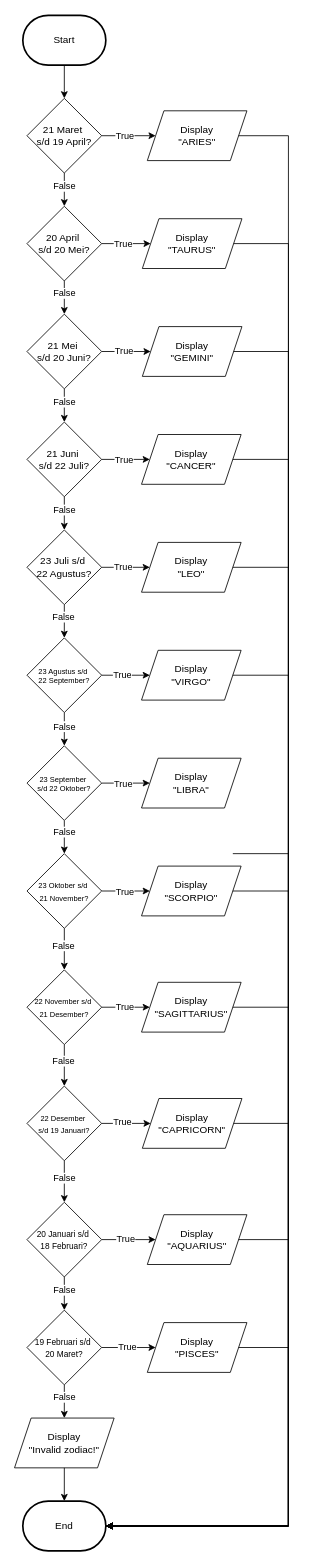
Above: page "Zodiak Check" (2 of 2) of Flowchart Modul 2 Program Zodiak.drawio in elikawicaksana/BuildIT_BasisData (draw.io), before the change. Source tidied: cells renumbered, new cells numbered last; positions are measured from the earlier drawing's top-left corner, leaving out a move shared by most shapes. Both pictures are drawn from the tidied source at 83%, with x=0, y=0 at pixel (14, 15).
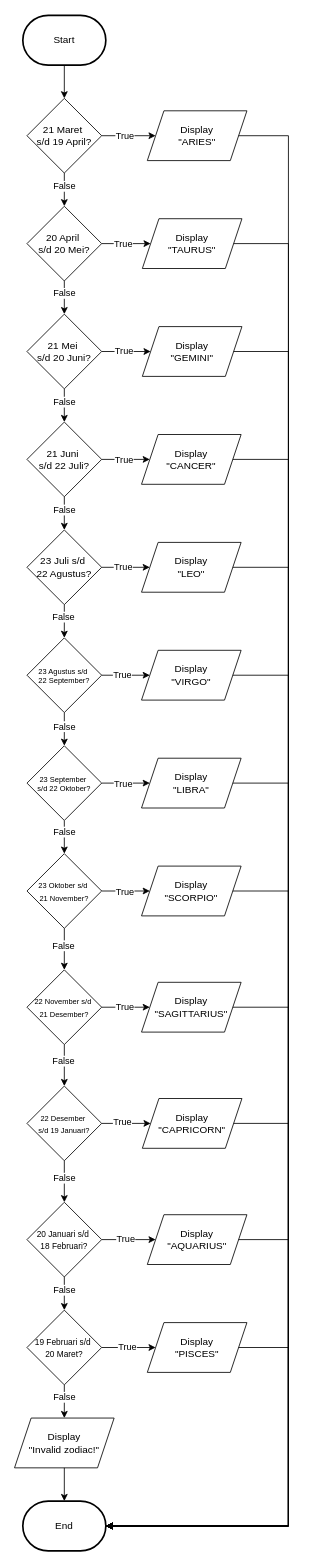
Above is the later version.

Unchanged cells that the change refers to:
```xml
<mxCell id="64" value="End" style="strokeWidth=2;html=1;shape=mxgraph.flowchart.terminator;whiteSpace=wrap;" parent="1" vertex="1">
  <mxGeometry x="10" y="1790" width="100" height="60" as="geometry" />
</mxCell>
<mxCell id="71" value="Display&lt;div&gt;&quot;LIBRA&quot;&lt;/div&gt;" style="shape=parallelogram;perimeter=parallelogramPerimeter;whiteSpace=wrap;html=1;fixedSize=1;" parent="1" vertex="1">
  <mxGeometry x="153" y="895" width="120" height="60" as="geometry" />
</mxCell>
```

What changed in the source:
```diff
@@
-    <mxCell id="88" style="edgeStyle=orthogonalEdgeStyle;rounded=0;jettySize=auto;html=1;entryX=1;entryY=0.5;entryDx=0;entryDy=0;entryPerimeter=0;" parent="1" edge="1" target="64">
+    <mxCell id="88" style="edgeStyle=orthogonalEdgeStyle;rounded=0;jettySize=auto;html=1;entryX=1;entryY=0.5;entryDx=0;entryDy=0;entryPerimeter=0;exitX=1;exitY=0.5;exitDx=0;exitDy=0;" parent="1" edge="1" source="71" target="64">
       <mxGeometry relative="1" as="geometry">
-        <mxPoint x="263" y="1010" as="sourcePoint" />
         <Array as="points">
-          <mxPoint x="330" y="1010" />
+          <mxPoint x="330" y="925" />
           <mxPoint x="330" y="1820" />
         </Array>
       </mxGeometry>
     </mxCell>
```
